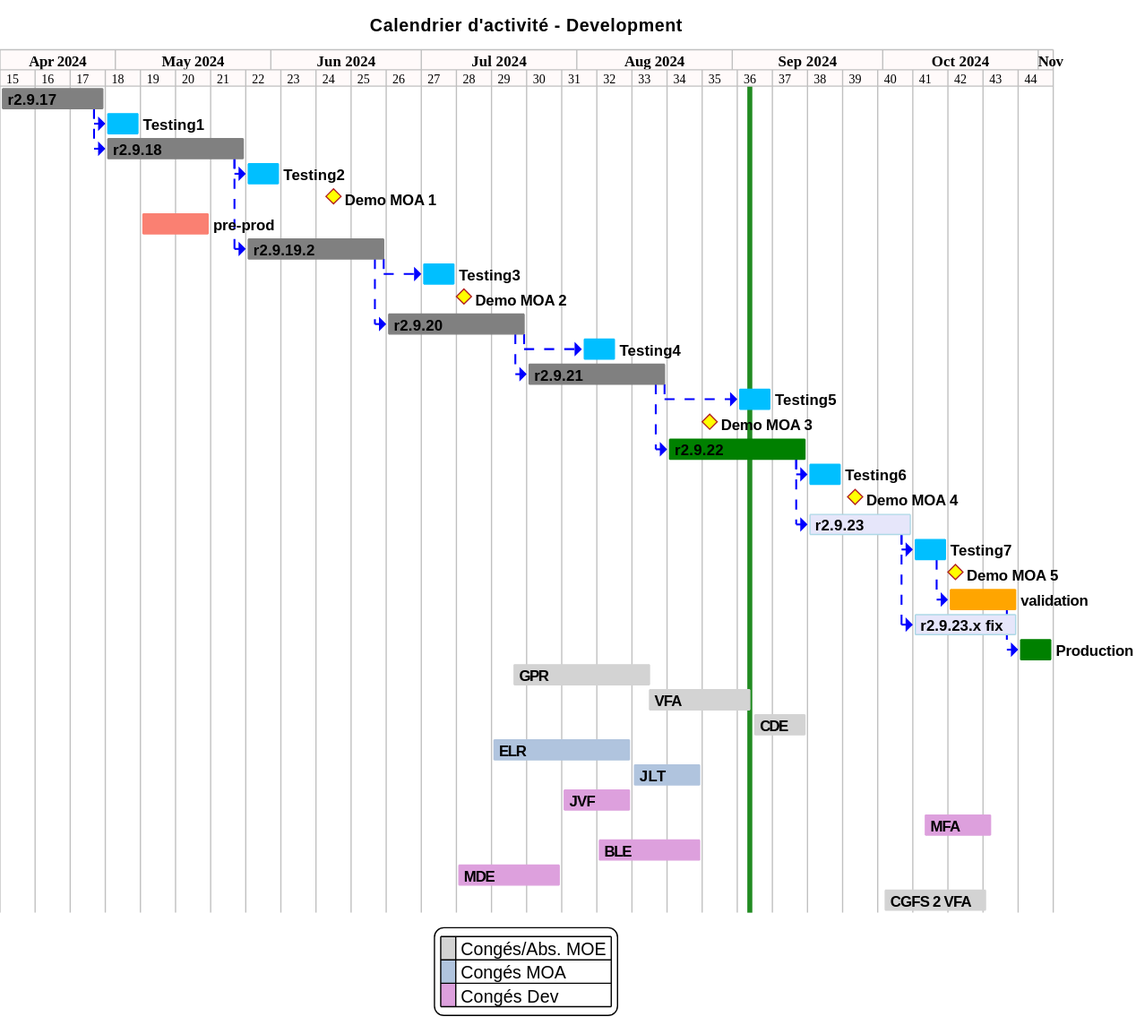
This is projects/activity-calendar/not/images/refonte-activity-calendar-planning-sprints.svg from sumaris-net/sumaris-doc, a PlantUML export, as it was before one commit.
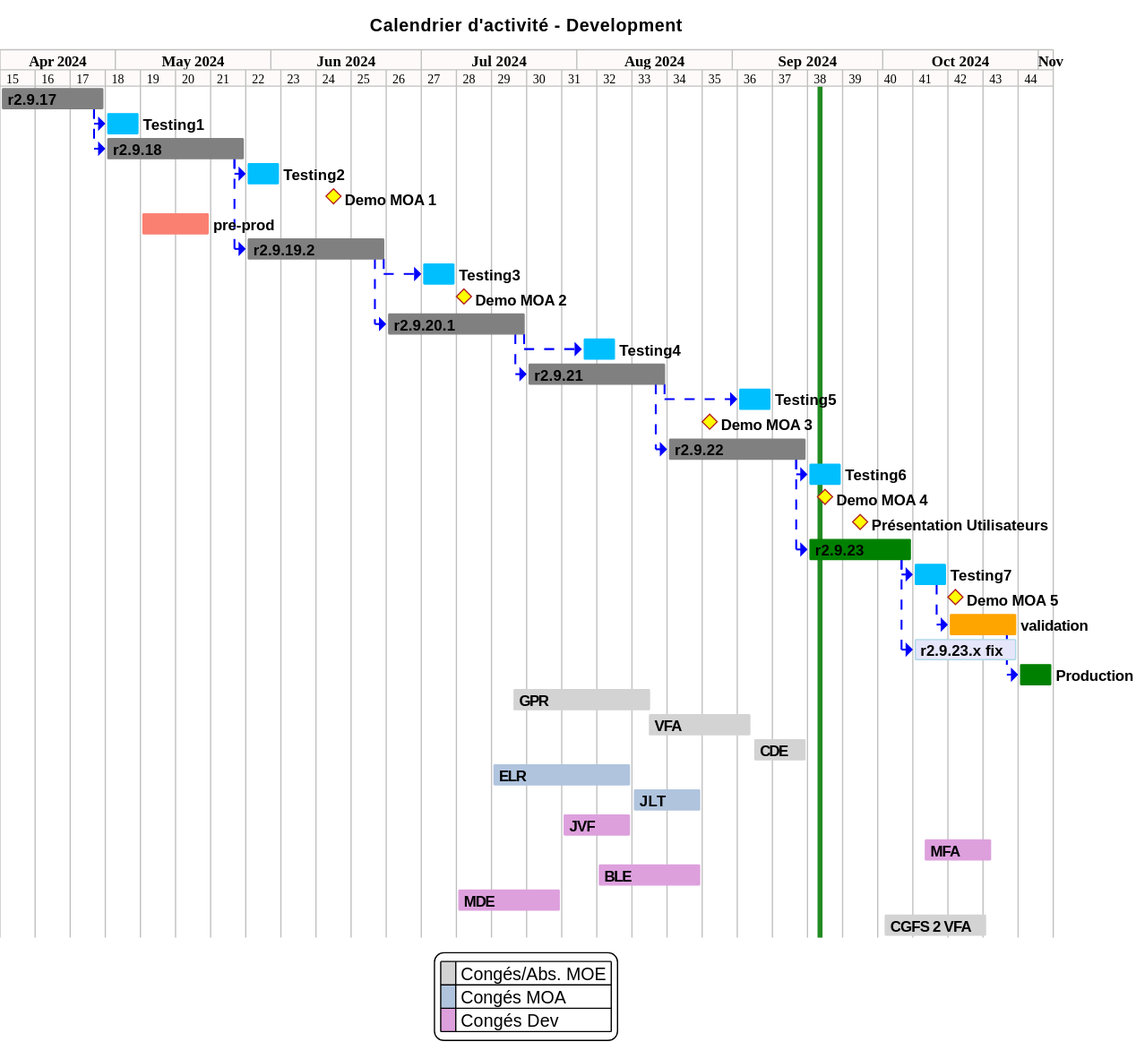
The same file after the commit.

Commit message:
[not] ObsVentes MOA demo 19/09/2024 preparation

The edit, as a diff of the source:
```diff
@@ -95,7 +95,7 @@
 [TASK3]->[Testing3]
 [Demo MOA 2] happens 9th of July 2024
 
-[r2.9.20] as [TASK4] requires 4 weeks
+[r2.9.20.1] as [TASK4] requires 4 weeks
 [TASK4] is colored in grey
 [TASK3]->[TASK4]
 [Testing4] requires 1 week and starts the 2th of August 2024
@@ -110,14 +110,15 @@
 [Demo MOA 3] happens 27th of August 2024
 
 [r2.9.22] as [TASK6] requires 4 weeks and starts the 5th of August 2024
-[TASK6] is colored in green
+[TASK6] is colored in grey
 [TASK5]->[TASK6]
 [Testing6] requires 1 week
 [TASK6]->[Testing6]
-[Demo MOA 4] happens 3 day after [Testing6]'s end
+[Demo MOA 4] happens 19th of september 2024
+[Présentation Utilisateurs] happens 26th of september 2024
 
 [r2.9.23] as [TASK7] requires 3 weeks and starts the 2th of September 2024
-[TASK7] is colored in Lavender/LightBlue
+[TASK7] is colored in green
 [TASK6]->[TASK7]
 [TASK7]->[Testing7]
 [Testing7] requires 1 week and starts the 22th of September 2024
```
